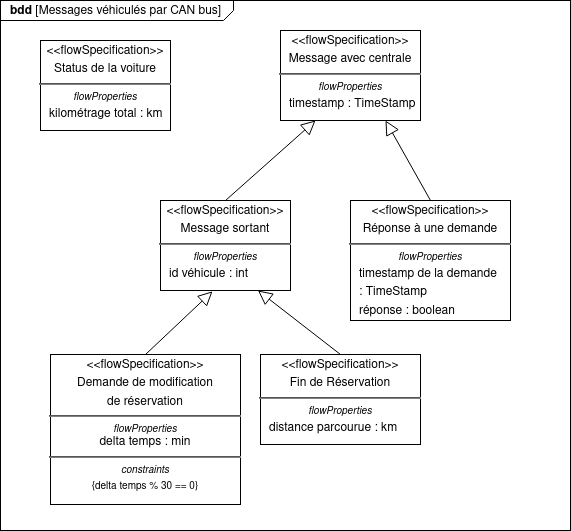
Earlier version of the draw.io export diagrammes/bdd_signaux_ordi_de_bord.png (Dalker/ISI-mobility). Source tidied: cells renumbered, new cells last; positions are measured from the earlier drawing's top-left corner, leaving out a move shared by most shapes.
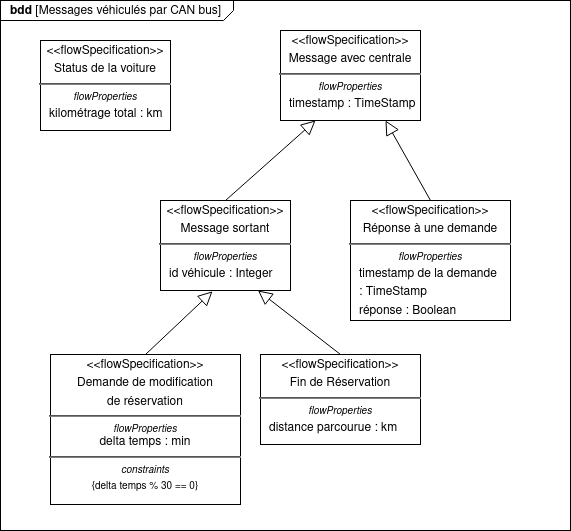
The same file after the commit.

Diff of the diagram source:
```diff
@@ -8,7 +8,7 @@
     <mxCell id="3" value="&lt;p style=&quot;margin: 0px ; margin-top: 4px ; text-align: center&quot;&gt;&amp;lt;&amp;lt;flowSpecification&amp;gt;&amp;gt;&lt;/p&gt;&lt;p style=&quot;margin: 0px ; margin-top: 4px ; text-align: center&quot;&gt;Fin de Réservation&lt;br&gt;&lt;/p&gt;&lt;hr&gt;&lt;p style=&quot;font-size: 10px ; margin: 0px ; margin-top: 4px ; text-align: center&quot;&gt;&lt;i&gt;flowProperties&lt;/i&gt;&lt;/p&gt;&lt;p style=&quot;margin: 0px ; margin-top: 4px ; margin-left: 10px ; text-align: left&quot;&gt;distance parcourue : km&lt;/p&gt;" style="shape=rect;html=1;overflow=fill;whiteSpace=wrap;" parent="1" vertex="1">
       <mxGeometry x="260" y="354" width="160" height="90" as="geometry" />
     </mxCell>
-    <mxCell id="4" value="&lt;p style=&quot;margin: 0px ; margin-top: 4px ; text-align: center&quot;&gt;&amp;lt;&amp;lt;flowSpecification&amp;gt;&amp;gt;&lt;br&gt;&lt;/p&gt;&lt;p style=&quot;margin: 0px ; margin-top: 4px ; text-align: center&quot;&gt;Message sortant&lt;br&gt;&lt;/p&gt;&lt;hr&gt;&lt;p style=&quot;font-size: 10px ; margin: 0px ; margin-top: 4px ; text-align: center&quot;&gt;&lt;i&gt;flowProperties&lt;/i&gt;&lt;/p&gt;&lt;p style=&quot;margin: 0px ; margin-top: 4px ; margin-left: 10px ; text-align: left&quot;&gt;id véhicule : int&lt;br&gt;&lt;/p&gt;" style="shape=rect;html=1;overflow=fill;whiteSpace=wrap;" parent="1" vertex="1">
+    <mxCell id="4" value="&lt;p style=&quot;margin: 0px ; margin-top: 4px ; text-align: center&quot;&gt;&amp;lt;&amp;lt;flowSpecification&amp;gt;&amp;gt;&lt;br&gt;&lt;/p&gt;&lt;p style=&quot;margin: 0px ; margin-top: 4px ; text-align: center&quot;&gt;Message sortant&lt;br&gt;&lt;/p&gt;&lt;hr&gt;&lt;p style=&quot;font-size: 10px ; margin: 0px ; margin-top: 4px ; text-align: center&quot;&gt;&lt;i&gt;flowProperties&lt;/i&gt;&lt;/p&gt;&lt;p style=&quot;margin: 0px ; margin-top: 4px ; margin-left: 10px ; text-align: left&quot;&gt;id véhicule : Integer&lt;br&gt;&lt;/p&gt;" style="shape=rect;html=1;overflow=fill;whiteSpace=wrap;" parent="1" vertex="1">
       <mxGeometry x="160" y="200" width="130" height="90" as="geometry" />
     </mxCell>
     <mxCell id="5" style="edgeStyle=none;html=1;endSize=12;endArrow=block;endFill=0;entryX=0.75;entryY=1;entryDx=0;entryDy=0;exitX=0.5;exitY=0;exitDx=0;exitDy=0;" parent="1" edge="1" source="3" target="4">
@@ -23,7 +23,7 @@
     <mxCell id="8" value="&lt;p style=&quot;margin: 0px ; margin-top: 4px ; text-align: center&quot;&gt;&amp;lt;&amp;lt;flowSpecification&amp;gt;&amp;gt;&lt;/p&gt;&lt;p style=&quot;margin: 0px ; margin-top: 4px ; text-align: center&quot;&gt;Message avec centrale&lt;br&gt;&lt;/p&gt;&lt;hr&gt;&lt;p style=&quot;font-size: 10px ; margin: 0px ; margin-top: 4px ; text-align: center&quot;&gt;&lt;i&gt;flowProperties&lt;/i&gt;&lt;/p&gt;&lt;p style=&quot;margin: 0px ; margin-top: 4px ; margin-left: 10px ; text-align: left&quot;&gt;timestamp : TimeStamp&lt;br&gt;&lt;/p&gt;" style="shape=rect;html=1;overflow=fill;whiteSpace=wrap;" parent="1" vertex="1">
       <mxGeometry x="280" y="30" width="140" height="90" as="geometry" />
     </mxCell>
-    <mxCell id="9" value="&lt;p style=&quot;margin: 0px ; margin-top: 4px ; text-align: center&quot;&gt;&amp;lt;&amp;lt;flowSpecification&amp;gt;&amp;gt;&lt;/p&gt;&lt;p style=&quot;margin: 0px ; margin-top: 4px ; text-align: center&quot;&gt;Réponse à une demande&lt;br&gt;&lt;/p&gt;&lt;hr&gt;&lt;p style=&quot;font-size: 10px ; margin: 0px ; margin-top: 4px ; text-align: center&quot;&gt;&lt;i&gt;flowProperties&lt;/i&gt;&lt;/p&gt;&lt;p style=&quot;margin: 0px ; margin-top: 4px ; margin-left: 10px ; text-align: left&quot;&gt;timestamp de la demande&lt;/p&gt;&lt;p style=&quot;margin: 0px ; margin-top: 4px ; margin-left: 10px ; text-align: left&quot;&gt;: TimeStamp&lt;br&gt;&lt;/p&gt;&lt;p style=&quot;margin: 0px ; margin-top: 4px ; margin-left: 10px ; text-align: left&quot;&gt;réponse : boolean&lt;br&gt;&lt;/p&gt;" style="shape=rect;html=1;overflow=fill;whiteSpace=wrap;" parent="1" vertex="1">
+    <mxCell id="9" value="&lt;p style=&quot;margin: 0px ; margin-top: 4px ; text-align: center&quot;&gt;&amp;lt;&amp;lt;flowSpecification&amp;gt;&amp;gt;&lt;/p&gt;&lt;p style=&quot;margin: 0px ; margin-top: 4px ; text-align: center&quot;&gt;Réponse à une demande&lt;br&gt;&lt;/p&gt;&lt;hr&gt;&lt;p style=&quot;font-size: 10px ; margin: 0px ; margin-top: 4px ; text-align: center&quot;&gt;&lt;i&gt;flowProperties&lt;/i&gt;&lt;/p&gt;&lt;p style=&quot;margin: 0px ; margin-top: 4px ; margin-left: 10px ; text-align: left&quot;&gt;timestamp de la demande&lt;/p&gt;&lt;p style=&quot;margin: 0px ; margin-top: 4px ; margin-left: 10px ; text-align: left&quot;&gt;: TimeStamp&lt;br&gt;&lt;/p&gt;&lt;p style=&quot;margin: 0px ; margin-top: 4px ; margin-left: 10px ; text-align: left&quot;&gt;réponse : Boolean&lt;br&gt;&lt;/p&gt;" style="shape=rect;html=1;overflow=fill;whiteSpace=wrap;" parent="1" vertex="1">
       <mxGeometry x="350" y="200" width="160" height="120" as="geometry" />
     </mxCell>
     <mxCell id="10" style="edgeStyle=none;html=1;endSize=12;endArrow=block;endFill=0;entryX=0.75;entryY=1;entryDx=0;entryDy=0;exitX=0.5;exitY=0;exitDx=0;exitDy=0;" parent="1" edge="1" source="9" target="8">
```
